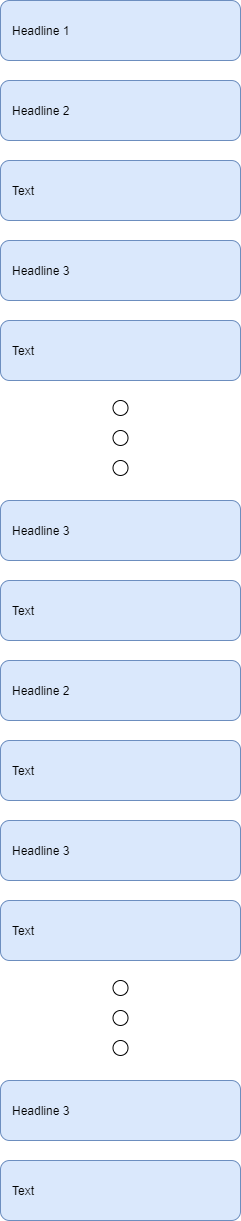
Before: draw_io/science_1_example.png, a diagram exported from draw.io (WalnutIT/LeoML-Parser). Source tidied: cells renumbered, new cells last; positions are measured from the earlier drawing's top-left corner, leaving out a move shared by most shapes.
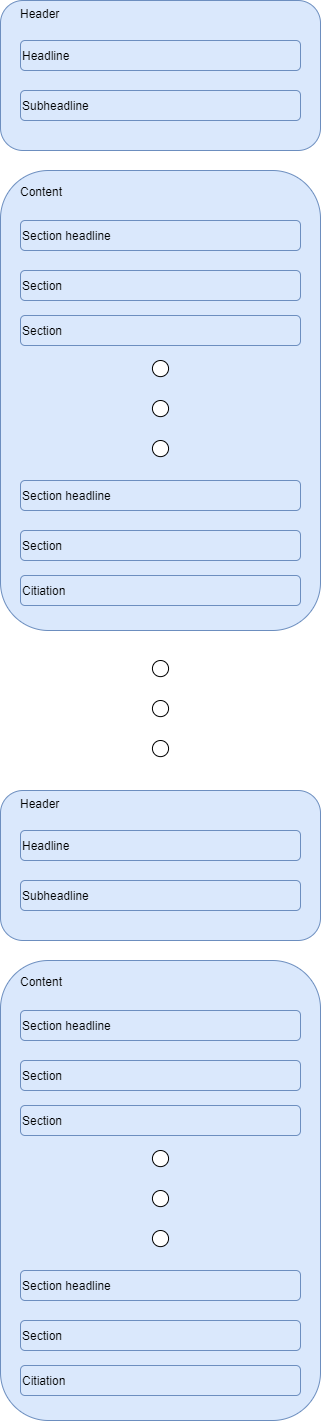
Above is the later version.

Change to the diagram source:
```diff
@@ -2,62 +2,92 @@
   <root>
     <mxCell id="0" />
     <mxCell id="1" parent="0" />
-    <mxCell id="2" value="Headline 1" style="rounded=1;whiteSpace=wrap;html=1;fillColor=#dae8fc;strokeColor=#6c8ebf;align=left;spacingRight=0;spacingLeft=10;" parent="1" vertex="1">
-      <mxGeometry width="240" height="60" as="geometry" />
+    <mxCell id="2" value="Header" style="rounded=1;whiteSpace=wrap;html=1;fillColor=#dae8fc;strokeColor=#6c8ebf;align=left;verticalAlign=top;spacingLeft=18;" parent="1" vertex="1">
+      <mxGeometry x="-80" y="40" width="320" height="150" as="geometry" />
     </mxCell>
-    <mxCell id="3" value="Headline 2" style="rounded=1;whiteSpace=wrap;html=1;fillColor=#dae8fc;strokeColor=#6c8ebf;align=left;spacingRight=0;spacingLeft=10;" parent="1" vertex="1">
-      <mxGeometry y="80" width="240" height="60" as="geometry" />
+    <mxCell id="3" value="Headline" style="rounded=1;whiteSpace=wrap;html=1;fillColor=#dae8fc;strokeColor=#6c8ebf;align=left;" parent="1" vertex="1">
+      <mxGeometry x="-60" y="80" width="280" height="30" as="geometry" />
     </mxCell>
-    <mxCell id="4" value="Text" style="rounded=1;whiteSpace=wrap;html=1;fillColor=#dae8fc;strokeColor=#6c8ebf;align=left;spacingRight=0;spacingLeft=10;" parent="1" vertex="1">
-      <mxGeometry y="160" width="240" height="60" as="geometry" />
+    <mxCell id="4" value="Subheadline" style="rounded=1;whiteSpace=wrap;html=1;fillColor=#dae8fc;strokeColor=#6c8ebf;align=left;" parent="1" vertex="1">
+      <mxGeometry x="-60" y="130" width="280" height="30" as="geometry" />
     </mxCell>
-    <mxCell id="5" value="Headline 3" style="rounded=1;whiteSpace=wrap;html=1;fillColor=#dae8fc;strokeColor=#6c8ebf;align=left;spacingRight=0;spacingLeft=10;" parent="1" vertex="1">
-      <mxGeometry y="240" width="240" height="60" as="geometry" />
+    <mxCell id="5" value="Content" style="rounded=1;whiteSpace=wrap;html=1;align=left;fillColor=#dae8fc;strokeColor=#6c8ebf;verticalAlign=top;spacingLeft=18;spacingTop=8;" parent="1" vertex="1">
+      <mxGeometry x="-80" y="210" width="320" height="460" as="geometry" />
     </mxCell>
-    <mxCell id="6" value="Text" style="rounded=1;whiteSpace=wrap;html=1;fillColor=#dae8fc;strokeColor=#6c8ebf;align=left;spacingRight=0;spacingLeft=10;" parent="1" vertex="1">
-      <mxGeometry y="320" width="240" height="60" as="geometry" />
+    <mxCell id="6" value="Section headline" style="rounded=1;whiteSpace=wrap;html=1;fillColor=#dae8fc;strokeColor=#6c8ebf;align=left;" parent="1" vertex="1">
+      <mxGeometry x="-60" y="260" width="280" height="30" as="geometry" />
     </mxCell>
-    <mxCell id="7" value="Headline 3" style="rounded=1;whiteSpace=wrap;html=1;fillColor=#dae8fc;strokeColor=#6c8ebf;align=left;spacingRight=0;spacingLeft=10;" parent="1" vertex="1">
-      <mxGeometry y="500" width="240" height="60" as="geometry" />
+    <mxCell id="7" value="Section" style="rounded=1;whiteSpace=wrap;html=1;fillColor=#dae8fc;strokeColor=#6c8ebf;align=left;" parent="1" vertex="1">
+      <mxGeometry x="-60" y="310" width="280" height="30" as="geometry" />
     </mxCell>
-    <mxCell id="8" value="Text" style="rounded=1;whiteSpace=wrap;html=1;fillColor=#dae8fc;strokeColor=#6c8ebf;align=left;spacingRight=0;spacingLeft=10;" parent="1" vertex="1">
-      <mxGeometry y="580" width="240" height="60" as="geometry" />
+    <mxCell id="8" value="Section" style="rounded=1;whiteSpace=wrap;html=1;fillColor=#dae8fc;strokeColor=#6c8ebf;align=left;" parent="1" vertex="1">
+      <mxGeometry x="-60" y="355" width="280" height="30" as="geometry" />
     </mxCell>
     <mxCell id="9" style="ellipse;whiteSpace=wrap;html=1;align=left;" parent="1" vertex="1">
-      <mxGeometry x="112.5" y="400" width="15" height="15" as="geometry" />
+      <mxGeometry x="71.9" y="400" width="16.1" height="16.1" as="geometry" />
     </mxCell>
     <mxCell id="10" style="ellipse;whiteSpace=wrap;html=1;align=left;" parent="1" vertex="1">
-      <mxGeometry x="112.5" y="430" width="15" height="15" as="geometry" />
+      <mxGeometry x="71.9" y="440" width="16.1" height="16.1" as="geometry" />
     </mxCell>
     <mxCell id="11" style="ellipse;whiteSpace=wrap;html=1;align=left;" parent="1" vertex="1">
-      <mxGeometry x="112.5" y="460" width="15" height="15" as="geometry" />
+      <mxGeometry x="71.9" y="480" width="16.1" height="16.1" as="geometry" />
     </mxCell>
-    <mxCell id="12" value="Headline 2" style="rounded=1;whiteSpace=wrap;html=1;fillColor=#dae8fc;strokeColor=#6c8ebf;align=left;spacingRight=0;spacingLeft=10;" parent="1" vertex="1">
-      <mxGeometry y="660" width="240" height="60" as="geometry" />
+    <mxCell id="12" value="Section headline" style="rounded=1;whiteSpace=wrap;html=1;fillColor=#dae8fc;strokeColor=#6c8ebf;align=left;" parent="1" vertex="1">
+      <mxGeometry x="-60" y="520" width="280" height="30" as="geometry" />
     </mxCell>
-    <mxCell id="13" value="Text" style="rounded=1;whiteSpace=wrap;html=1;fillColor=#dae8fc;strokeColor=#6c8ebf;align=left;spacingRight=0;spacingLeft=10;" parent="1" vertex="1">
-      <mxGeometry y="740" width="240" height="60" as="geometry" />
+    <mxCell id="13" value="Section" style="rounded=1;whiteSpace=wrap;html=1;fillColor=#dae8fc;strokeColor=#6c8ebf;align=left;" parent="1" vertex="1">
+      <mxGeometry x="-60" y="570" width="280" height="30" as="geometry" />
     </mxCell>
-    <mxCell id="14" value="Headline 3" style="rounded=1;whiteSpace=wrap;html=1;fillColor=#dae8fc;strokeColor=#6c8ebf;align=left;spacingRight=0;spacingLeft=10;" parent="1" vertex="1">
-      <mxGeometry y="820" width="240" height="60" as="geometry" />
+    <mxCell id="14" value="Citiation" style="rounded=1;whiteSpace=wrap;html=1;fillColor=#dae8fc;strokeColor=#6c8ebf;align=left;" parent="1" vertex="1">
+      <mxGeometry x="-60" y="615" width="280" height="30" as="geometry" />
     </mxCell>
-    <mxCell id="15" value="Text" style="rounded=1;whiteSpace=wrap;html=1;fillColor=#dae8fc;strokeColor=#6c8ebf;align=left;spacingRight=0;spacingLeft=10;" parent="1" vertex="1">
-      <mxGeometry y="900" width="240" height="60" as="geometry" />
+    <mxCell id="15" style="ellipse;whiteSpace=wrap;html=1;align=left;" parent="1" vertex="1">
+      <mxGeometry x="71.9" y="700" width="16.1" height="16.1" as="geometry" />
     </mxCell>
-    <mxCell id="16" value="Headline 3" style="rounded=1;whiteSpace=wrap;html=1;fillColor=#dae8fc;strokeColor=#6c8ebf;align=left;spacingRight=0;spacingLeft=10;" parent="1" vertex="1">
-      <mxGeometry y="1080" width="240" height="60" as="geometry" />
+    <mxCell id="16" style="ellipse;whiteSpace=wrap;html=1;align=left;" parent="1" vertex="1">
+      <mxGeometry x="71.9" y="740" width="16.1" height="16.1" as="geometry" />
     </mxCell>
-    <mxCell id="17" value="Text" style="rounded=1;whiteSpace=wrap;html=1;fillColor=#dae8fc;strokeColor=#6c8ebf;align=left;spacingRight=0;spacingLeft=10;" parent="1" vertex="1">
-      <mxGeometry y="1160" width="240" height="60" as="geometry" />
+    <mxCell id="17" style="ellipse;whiteSpace=wrap;html=1;align=left;" parent="1" vertex="1">
+      <mxGeometry x="71.9" y="780" width="16.1" height="16.1" as="geometry" />
     </mxCell>
-    <mxCell id="18" style="ellipse;whiteSpace=wrap;html=1;align=left;" parent="1" vertex="1">
-      <mxGeometry x="112.5" y="980" width="15" height="15" as="geometry" />
+    <mxCell id="18" value="Header" style="rounded=1;whiteSpace=wrap;html=1;fillColor=#dae8fc;strokeColor=#6c8ebf;align=left;verticalAlign=top;spacingLeft=18;" parent="1" vertex="1">
+      <mxGeometry x="-80" y="830" width="320" height="150" as="geometry" />
     </mxCell>
-    <mxCell id="19" style="ellipse;whiteSpace=wrap;html=1;align=left;" parent="1" vertex="1">
-      <mxGeometry x="112.5" y="1010" width="15" height="15" as="geometry" />
+    <mxCell id="19" value="Headline" style="rounded=1;whiteSpace=wrap;html=1;fillColor=#dae8fc;strokeColor=#6c8ebf;align=left;" parent="1" vertex="1">
+      <mxGeometry x="-60" y="870" width="280" height="30" as="geometry" />
     </mxCell>
-    <mxCell id="20" style="ellipse;whiteSpace=wrap;html=1;align=left;" parent="1" vertex="1">
-      <mxGeometry x="112.5" y="1040" width="15" height="15" as="geometry" />
+    <mxCell id="20" value="Subheadline" style="rounded=1;whiteSpace=wrap;html=1;fillColor=#dae8fc;strokeColor=#6c8ebf;align=left;" parent="1" vertex="1">
+      <mxGeometry x="-60" y="920" width="280" height="30" as="geometry" />
     </mxCell>
+    <mxCell id="21" value="Content" style="rounded=1;whiteSpace=wrap;html=1;align=left;fillColor=#dae8fc;strokeColor=#6c8ebf;verticalAlign=top;spacingLeft=18;spacingTop=8;" parent="1" vertex="1">
+      <mxGeometry x="-80" y="1000" width="320" height="460" as="geometry" />
+    </mxCell>
+    <mxCell id="22" value="Section headline" style="rounded=1;whiteSpace=wrap;html=1;fillColor=#dae8fc;strokeColor=#6c8ebf;align=left;" parent="1" vertex="1">
+      <mxGeometry x="-60" y="1050" width="280" height="30" as="geometry" />
+    </mxCell>
+    <mxCell id="23" value="Section" style="rounded=1;whiteSpace=wrap;html=1;fillColor=#dae8fc;strokeColor=#6c8ebf;align=left;" parent="1" vertex="1">
+      <mxGeometry x="-60" y="1100" width="280" height="30" as="geometry" />
+    </mxCell>
+    <mxCell id="24" value="Section" style="rounded=1;whiteSpace=wrap;html=1;fillColor=#dae8fc;strokeColor=#6c8ebf;align=left;" parent="1" vertex="1">
+      <mxGeometry x="-60" y="1145" width="280" height="30" as="geometry" />
+    </mxCell>
+    <mxCell id="25" style="ellipse;whiteSpace=wrap;html=1;align=left;" parent="1" vertex="1">
+      <mxGeometry x="71.9" y="1190" width="16.1" height="16.1" as="geometry" />
+    </mxCell>
+    <mxCell id="26" style="ellipse;whiteSpace=wrap;html=1;align=left;" parent="1" vertex="1">
+      <mxGeometry x="71.9" y="1230" width="16.1" height="16.1" as="geometry" />
+    </mxCell>
+    <mxCell id="27" style="ellipse;whiteSpace=wrap;html=1;align=left;" parent="1" vertex="1">
+      <mxGeometry x="71.9" y="1270" width="16.1" height="16.1" as="geometry" />
+    </mxCell>
+    <mxCell id="28" value="Section headline" style="rounded=1;whiteSpace=wrap;html=1;fillColor=#dae8fc;strokeColor=#6c8ebf;align=left;" parent="1" vertex="1">
+      <mxGeometry x="-60" y="1310" width="280" height="30" as="geometry" />
+    </mxCell>
+    <mxCell id="29" value="Section" style="rounded=1;whiteSpace=wrap;html=1;fillColor=#dae8fc;strokeColor=#6c8ebf;align=left;" parent="1" vertex="1">
+      <mxGeometry x="-60" y="1360" width="280" height="30" as="geometry" />
+    </mxCell>
+    <mxCell id="30" value="Citiation" style="rounded=1;whiteSpace=wrap;html=1;fillColor=#dae8fc;strokeColor=#6c8ebf;align=left;" parent="1" vertex="1">
+      <mxGeometry x="-60" y="1405" width="280" height="30" as="geometry" />
+    </mxCell>
   </root>
 </mxGraphModel>
```
